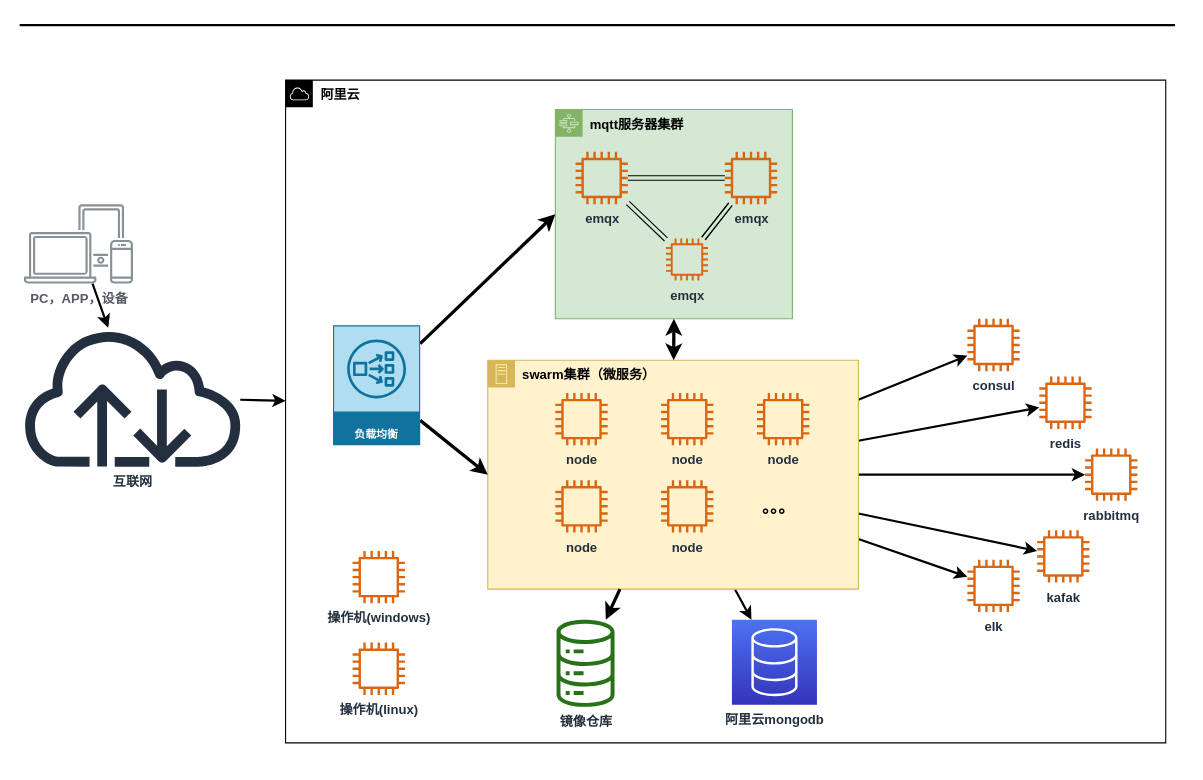
This is cloud.drawio from jimmy0/chart, a draw.io file, before an edit. Source tidied: cells renumbered, new cells numbered last; positions are measured from the earlier drawing's top-left corner, leaving out a move shared by most shapes. Both pictures are drawn from the tidied source at 109%, with x=0, y=0 at pixel (19, 20).
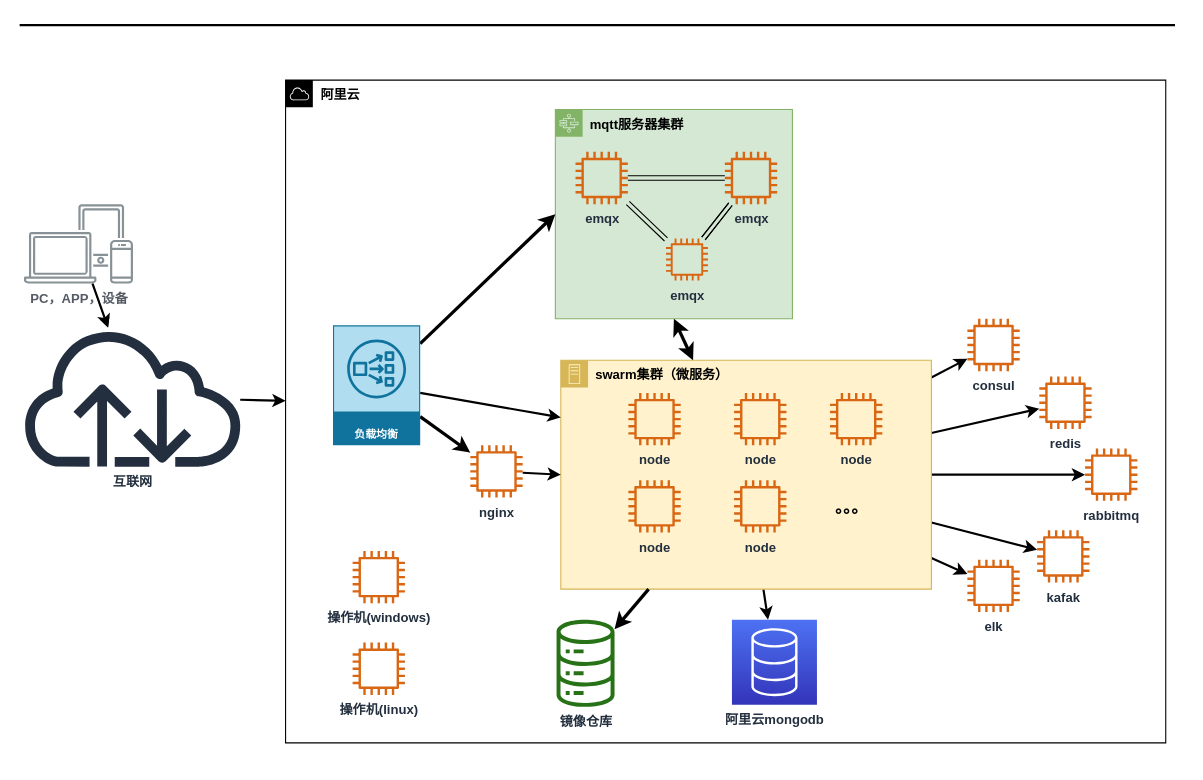
Above is the later version.

Unchanged cells that the change refers to:
```xml
<mxCell id="43" value="负载均衡" style="outlineConnect=0;dashed=0;verticalLabelPosition=middle;verticalAlign=bottom;align=center;html=1;whiteSpace=wrap;fontSize=10;fontStyle=1;spacing=3;shape=mxgraph.aws4.productIcon;prIcon=mxgraph.aws4.network_load_balancer;fillColor=#b1ddf0;strokeColor=#10739e;fontColor=#FFFFFF;" parent="1" vertex="1">
  <mxGeometry x="288" y="280" width="80" height="110" as="geometry" />
</mxCell>
```

The edit, as a diff of the source:
```diff
@@
     <mxCell id="10" value="swarm集群（微服务）" style="points=[[0,0],[0.25,0],[0.5,0],[0.75,0],[1,0],[1,0.25],[1,0.5],[1,0.75],[1,1],[0.75,1],[0.5,1],[0.25,1],[0,1],[0,0.75],[0,0.5],[0,0.25]];outlineConnect=0;html=1;whiteSpace=wrap;fontSize=12;fontStyle=1;shape=mxgraph.aws4.group;grIcon=mxgraph.aws4.group_on_premise;strokeColor=#d6b656;fillColor=#fff2cc;verticalAlign=top;align=left;spacingLeft=30;dashed=0;" parent="1" vertex="1">
-      <mxGeometry x="430" y="312" width="340" height="210" as="geometry" />
+      <mxGeometry x="497" y="312" width="340" height="210" as="geometry" />
     </mxCell>
@@
     <mxCell id="26" value="node" style="fontColor=#232F3E;gradientColor=none;fillColor=#D86613;strokeColor=none;dashed=0;verticalLabelPosition=bottom;verticalAlign=top;align=center;html=1;fontSize=12;fontStyle=1;shape=mxgraph.aws4.instance2;" parent="1" vertex="1">
-      <mxGeometry x="492" y="342" width="48" height="48" as="geometry" />
+      <mxGeometry x="559" y="342" width="48" height="48" as="geometry" />
     </mxCell>
     <mxCell id="27" value="node" style="fontColor=#232F3E;gradientColor=none;fillColor=#D86613;strokeColor=none;dashed=0;verticalLabelPosition=bottom;verticalAlign=top;align=center;html=1;fontSize=12;fontStyle=1;shape=mxgraph.aws4.instance2;" parent="1" vertex="1">
-      <mxGeometry x="589" y="342" width="48" height="48" as="geometry" />
+      <mxGeometry x="656" y="342" width="48" height="48" as="geometry" />
     </mxCell>
     <mxCell id="28" value="node" style="fontColor=#232F3E;gradientColor=none;fillColor=#D86613;strokeColor=none;dashed=0;verticalLabelPosition=bottom;verticalAlign=top;align=center;html=1;fontSize=12;fontStyle=1;shape=mxgraph.aws4.instance2;direction=north;" parent="1" vertex="1">
-      <mxGeometry x="492" y="422" width="48" height="48" as="geometry" />
+      <mxGeometry x="559" y="422" width="48" height="48" as="geometry" />
     </mxCell>
@@
     <mxCell id="30" value="node" style="fontColor=#232F3E;gradientColor=none;fillColor=#D86613;strokeColor=none;dashed=0;verticalLabelPosition=bottom;verticalAlign=top;align=center;html=1;fontSize=12;fontStyle=1;shape=mxgraph.aws4.instance2;" parent="1" vertex="1">
-      <mxGeometry x="589" y="422" width="48" height="48" as="geometry" />
+      <mxGeometry x="656" y="422" width="48" height="48" as="geometry" />
     </mxCell>
     <mxCell id="31" value="node" style="fontColor=#232F3E;gradientColor=none;fillColor=#D86613;strokeColor=none;dashed=0;verticalLabelPosition=bottom;verticalAlign=top;align=center;html=1;fontSize=12;fontStyle=1;shape=mxgraph.aws4.instance2;" parent="1" vertex="1">
-      <mxGeometry x="677" y="342" width="48" height="48" as="geometry" />
+      <mxGeometry x="744" y="342" width="48" height="48" as="geometry" />
     </mxCell>
     <mxCell id="32" value="。。。" style="text;html=1;strokeColor=none;fillColor=none;align=center;verticalAlign=middle;whiteSpace=wrap;rounded=0;fontStyle=1;fontSize=15;fontFamily=Tahoma;" parent="1" vertex="1">
-      <mxGeometry x="677" y="436" width="40" height="20" as="geometry" />
+      <mxGeometry x="744" y="436" width="40" height="20" as="geometry" />
     </mxCell>
@@
-    <mxCell id="42" style="edgeStyle=none;rounded=0;jettySize=auto;html=1;fontColor=#212121;entryX=0;entryY=0.5;entryDx=0;entryDy=0;fontStyle=1;strokeWidth=3;" parent="1" edge="1" source="43" target="10">
+    <mxCell id="42" style="edgeStyle=none;rounded=0;jettySize=auto;html=1;fontColor=#212121;fontStyle=1;strokeWidth=3;" parent="1" edge="1" source="43" target="47">
       <mxGeometry relative="1" as="geometry" />
     </mxCell>
+    <mxCell id="45" style="edgeStyle=none;rounded=0;jettySize=auto;html=1;entryX=0;entryY=0.25;entryDx=0;entryDy=0;strokeWidth=2;fontColor=#FFFFFF;" parent="1" edge="1" source="43" target="10">
+      <mxGeometry relative="1" as="geometry" />
+    </mxCell>
@@
+    <mxCell id="46" style="edgeStyle=none;rounded=0;jettySize=auto;html=1;strokeWidth=2;fontColor=#FFFFFF;entryX=0;entryY=0.5;entryDx=0;entryDy=0;" parent="1" edge="1" source="47" target="10">
+      <mxGeometry relative="1" as="geometry" />
+    </mxCell>
+    <mxCell id="47" value="nginx" style="outlineConnect=0;fontColor=#232F3E;gradientColor=none;fillColor=#D86613;strokeColor=none;dashed=0;verticalLabelPosition=bottom;verticalAlign=top;align=center;html=1;fontSize=12;fontStyle=1;shape=mxgraph.aws4.instance2;" parent="1" vertex="1">
+      <mxGeometry x="414" y="390" width="48" height="48" as="geometry" />
+    </mxCell>
```
